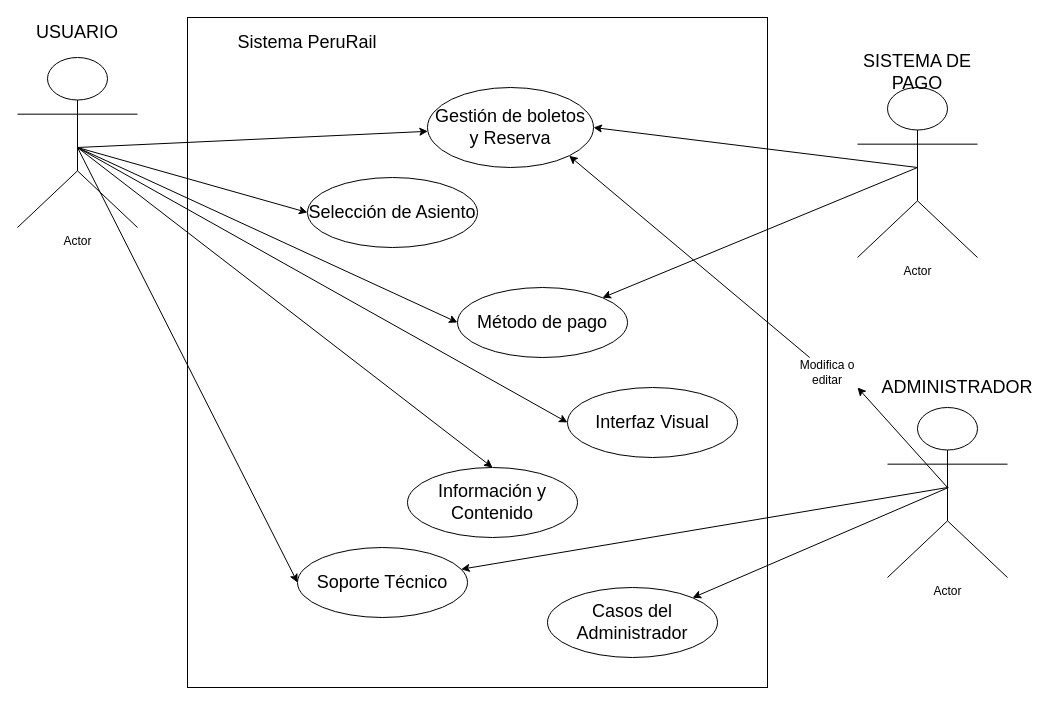
Above: Diagrama_de_usos.drawio in davidev-m/peruRail (draw.io), before the change. Source tidied: cells renumbered, new cells numbered last; positions are measured from the earlier drawing's top-left corner, leaving out a move shared by most shapes. Both pictures are drawn from the tidied source at 100%, with x=0, y=0 at pixel (17, 17).
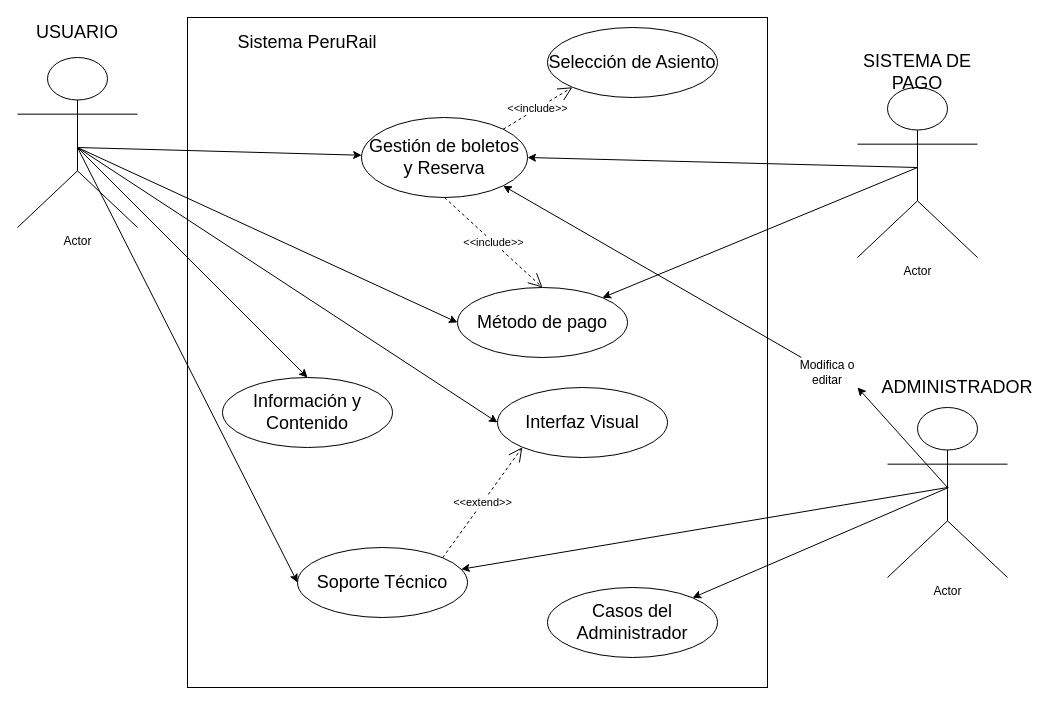
The same page after the edit.

The change refers to these unchanged cells:
```xml
<mxCell id="4" value="&lt;font style=&quot;font-size: 18px;&quot;&gt;Método de pago&lt;/font&gt;" style="ellipse;whiteSpace=wrap;html=1;" parent="1" vertex="1">
  <mxGeometry x="440" y="270" width="170" height="70" as="geometry" />
</mxCell>
<mxCell id="7" value="&lt;font style=&quot;font-size: 18px;&quot;&gt;Soporte Técnico&lt;/font&gt;" style="ellipse;whiteSpace=wrap;html=1;" parent="1" vertex="1">
  <mxGeometry x="280" y="530" width="170" height="70" as="geometry" />
</mxCell>
```

The edit, as a diff of the source:
```diff
@@
     <mxCell id="3" value="&lt;font style=&quot;font-size: 18px;&quot;&gt;Gestión de boletos y Reserva&lt;/font&gt;" style="ellipse;whiteSpace=wrap;html=1;" parent="1" vertex="1">
-      <mxGeometry x="410" y="70" width="166" height="80" as="geometry" />
+      <mxGeometry x="344" y="100" width="166" height="80" as="geometry" />
     </mxCell>
@@
     <mxCell id="5" value="&lt;font style=&quot;font-size: 18px;&quot;&gt;Selección de Asiento&lt;/font&gt;" style="ellipse;whiteSpace=wrap;html=1;" parent="1" vertex="1">
-      <mxGeometry x="290" y="160" width="170" height="70" as="geometry" />
+      <mxGeometry x="530" y="10" width="170" height="70" as="geometry" />
     </mxCell>
     <mxCell id="6" value="&lt;font style=&quot;font-size: 18px;&quot;&gt;Información y Contenido&lt;/font&gt;" style="ellipse;whiteSpace=wrap;html=1;" parent="1" vertex="1">
-      <mxGeometry x="390" y="450" width="170" height="70" as="geometry" />
+      <mxGeometry x="205" y="360" width="170" height="70" as="geometry" />
     </mxCell>
@@
     <mxCell id="8" value="&lt;font style=&quot;font-size: 18px;&quot;&gt;Interfaz Visual&lt;/font&gt;" style="ellipse;whiteSpace=wrap;html=1;" parent="1" vertex="1">
-      <mxGeometry x="550" y="370" width="170" height="70" as="geometry" />
+      <mxGeometry x="480" y="370" width="170" height="70" as="geometry" />
     </mxCell>
@@
-    <mxCell id="18" style="endArrow=classic;html=1;rounded=0;entryX=0;entryY=0.5;entryDx=0;entryDy=0;" parent="1" edge="1" target="5">
-      <mxGeometry relative="1" as="geometry">
-        <mxPoint x="60" y="130" as="sourcePoint" />
-      </mxGeometry>
-    </mxCell>
@@
+    <mxCell id="30" value="&amp;lt;&amp;lt;include&amp;gt;&amp;gt;" style="endArrow=open;endSize=12;dashed=1;html=1;rounded=0;exitX=1;exitY=0;exitDx=0;exitDy=0;entryX=0;entryY=1;entryDx=0;entryDy=0;" parent="1" edge="1" source="3" target="5">
+      <mxGeometry relative="1" as="geometry" />
+    </mxCell>
+    <mxCell id="31" value="&amp;lt;&amp;lt;include&amp;gt;&amp;gt;" style="endArrow=open;endSize=12;dashed=1;html=1;rounded=0;exitX=0.5;exitY=1;exitDx=0;exitDy=0;entryX=0.5;entryY=0;entryDx=0;entryDy=0;" parent="1" edge="1" source="3" target="4">
+      <mxGeometry relative="1" as="geometry" />
+    </mxCell>
+    <mxCell id="32" value="&amp;lt;&amp;lt;extend&amp;gt;&amp;gt;" style="endArrow=open;endSize=12;dashed=1;html=1;rounded=0;exitX=1;exitY=0;exitDx=0;exitDy=0;entryX=0;entryY=1;entryDx=0;entryDy=0;" parent="1" edge="1" source="7" target="8">
+      <mxGeometry relative="1" as="geometry" />
+    </mxCell>
```
